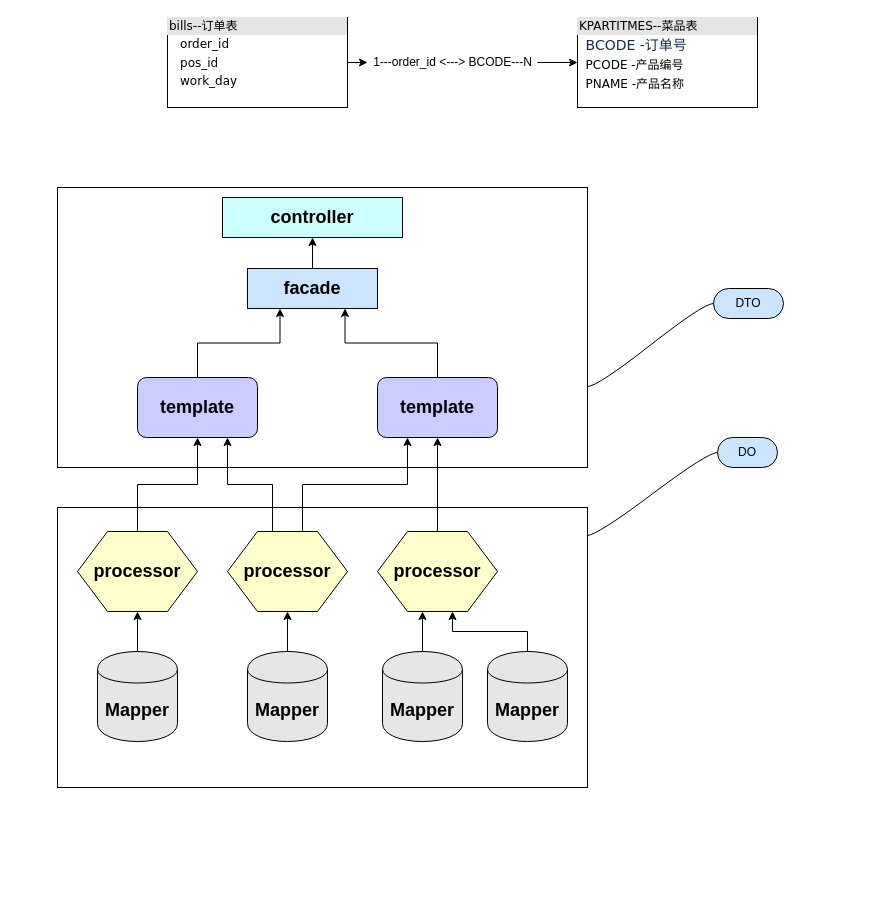
shancoder/test keeps this draw.io diagram as POS-整单退-领域模型.drawio. Above is the earlier version. Source tidied: cells renumbered, new cells numbered last; positions are measured from the earlier drawing's top-left corner, leaving out a move shared by most shapes. Both pictures are drawn from the tidied source at 100%, with x=0, y=0 at pixel (57, 17).
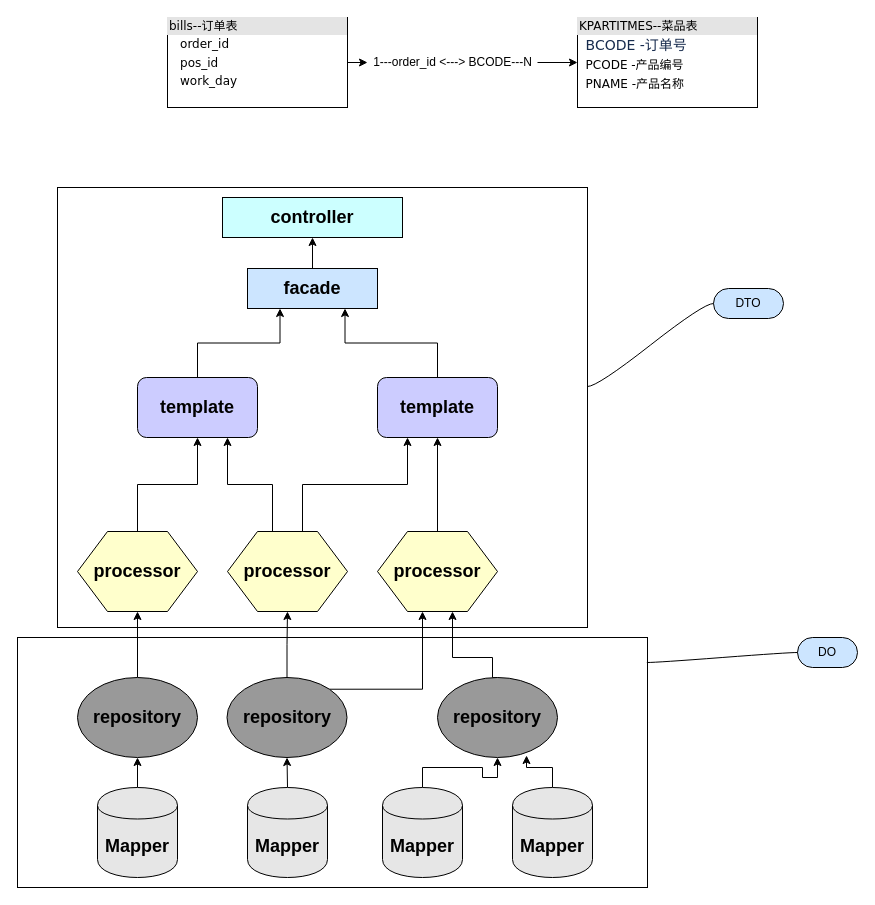
The same page after the edit.

Commit message:
Update POS-整单退-领域模型.drawio

Unchanged cells that the change refers to:
```xml
<mxCell id="17" value="&lt;font style=&quot;font-size: 18px&quot;&gt;&lt;b&gt;processor&lt;/b&gt;&lt;/font&gt;" style="shape=hexagon;perimeter=hexagonPerimeter2;whiteSpace=wrap;html=1;fillColor=#FFFFCC;" parent="1" vertex="1">
  <mxGeometry x="20" y="514" width="120" height="80" as="geometry" />
</mxCell>
<mxCell id="20" value="&lt;b style=&quot;font-size: 18px ; white-space: normal&quot;&gt;processor&lt;/b&gt;" style="shape=hexagon;perimeter=hexagonPerimeter2;whiteSpace=wrap;html=1;fillColor=#FFFFCC;" parent="1" vertex="1">
  <mxGeometry x="170" y="514" width="120" height="80" as="geometry" />
</mxCell>
<mxCell id="22" value="&lt;b style=&quot;font-size: 18px ; white-space: normal&quot;&gt;processor&lt;/b&gt;" style="shape=hexagon;perimeter=hexagonPerimeter2;whiteSpace=wrap;html=1;fillColor=#FFFFCC;" parent="1" vertex="1">
  <mxGeometry x="320" y="514" width="120" height="80" as="geometry" />
</mxCell>
```

What changed in the source:
```diff
@@
     <mxCell id="2" style="rounded=0;whiteSpace=wrap;html=1;fillColor=#FFFFFF;" parent="1" vertex="1">
-      <mxGeometry y="170" width="530" height="280" as="geometry" />
+      <mxGeometry y="170" width="530" height="440" as="geometry" />
     </mxCell>
     <mxCell id="3" style="rounded=0;whiteSpace=wrap;html=1;fillColor=#FFFFFF;" parent="1" vertex="1">
-      <mxGeometry y="490" width="530" height="280" as="geometry" />
+      <mxGeometry x="-40" y="620" width="630" height="250" as="geometry" />
     </mxCell>
@@
-    <mxCell id="23" style="edgeStyle=orthogonalEdgeStyle;rounded=0;jettySize=auto;html=1;exitX=0.5;exitY=0;exitDx=0;exitDy=0;entryX=0.5;entryY=1;entryDx=0;entryDy=0;" parent="1" edge="1" source="24" target="17">
-      <mxGeometry relative="1" as="geometry" />
-    </mxCell>
+    <mxCell id="35" style="edgeStyle=orthogonalEdgeStyle;rounded=0;jettySize=auto;html=1;exitX=0.5;exitY=0;exitDx=0;exitDy=0;entryX=0.5;entryY=1;entryDx=0;entryDy=0;" parent="1" edge="1" source="24" target="40">
+      <mxGeometry relative="1" as="geometry" />
+    </mxCell>
     <mxCell id="24" value="&lt;font style=&quot;font-size: 18px&quot;&gt;&lt;b&gt;Mapper&lt;/b&gt;&lt;/font&gt;" style="shape=cylinder;whiteSpace=wrap;html=1;boundedLbl=1;backgroundOutline=1;fillColor=#E6E6E6;" parent="1" vertex="1">
-      <mxGeometry x="40" y="634" width="80" height="90" as="geometry" />
+      <mxGeometry x="40" y="770" width="80" height="90" as="geometry" />
     </mxCell>
-    <mxCell id="25" style="edgeStyle=orthogonalEdgeStyle;rounded=0;jettySize=auto;html=1;entryX=0.5;entryY=1;entryDx=0;entryDy=0;" parent="1" edge="1" source="26" target="20">
-      <mxGeometry relative="1" as="geometry" />
-    </mxCell>
+    <mxCell id="36" style="edgeStyle=orthogonalEdgeStyle;rounded=0;jettySize=auto;html=1;exitX=0.5;exitY=0;exitDx=0;exitDy=0;entryX=0.5;entryY=1;entryDx=0;entryDy=0;" parent="1" edge="1" source="26" target="43">
+      <mxGeometry relative="1" as="geometry" />
+    </mxCell>
     <mxCell id="26" value="&lt;font style=&quot;font-size: 18px&quot;&gt;&lt;b&gt;Mapper&lt;/b&gt;&lt;/font&gt;" style="shape=cylinder;whiteSpace=wrap;html=1;boundedLbl=1;backgroundOutline=1;fillColor=#E6E6E6;" parent="1" vertex="1">
-      <mxGeometry x="190" y="634" width="80" height="90" as="geometry" />
+      <mxGeometry x="190" y="770" width="80" height="90" as="geometry" />
     </mxCell>
-    <mxCell id="27" style="edgeStyle=orthogonalEdgeStyle;rounded=0;jettySize=auto;html=1;exitX=0.5;exitY=0;exitDx=0;exitDy=0;entryX=0.375;entryY=1;entryDx=0;entryDy=0;" parent="1" edge="1" source="28" target="22">
-      <mxGeometry relative="1" as="geometry" />
-    </mxCell>
+    <mxCell id="37" style="edgeStyle=orthogonalEdgeStyle;rounded=0;jettySize=auto;html=1;exitX=0.5;exitY=0;exitDx=0;exitDy=0;entryX=0.5;entryY=1;entryDx=0;entryDy=0;" parent="1" edge="1" source="28" target="45">
+      <mxGeometry relative="1" as="geometry" />
+    </mxCell>
     <mxCell id="28" value="&lt;font style=&quot;font-size: 18px&quot;&gt;&lt;b&gt;Mapper&lt;/b&gt;&lt;/font&gt;" style="shape=cylinder;whiteSpace=wrap;html=1;boundedLbl=1;backgroundOutline=1;fillColor=#E6E6E6;" parent="1" vertex="1">
-      <mxGeometry x="325" y="634" width="80" height="90" as="geometry" />
+      <mxGeometry x="325" y="770" width="80" height="90" as="geometry" />
     </mxCell>
-    <mxCell id="29" style="edgeStyle=orthogonalEdgeStyle;rounded=0;jettySize=auto;html=1;exitX=0.5;exitY=0;exitDx=0;exitDy=0;entryX=0.625;entryY=1;entryDx=0;entryDy=0;" parent="1" edge="1" source="30" target="22">
-      <mxGeometry relative="1" as="geometry" />
-    </mxCell>
+    <mxCell id="38" style="edgeStyle=orthogonalEdgeStyle;rounded=0;jettySize=auto;html=1;exitX=0.5;exitY=0;exitDx=0;exitDy=0;entryX=0.742;entryY=0.975;entryDx=0;entryDy=0;entryPerimeter=0;" parent="1" edge="1" source="30" target="45">
+      <mxGeometry relative="1" as="geometry" />
+    </mxCell>
     <mxCell id="30" value="&lt;font style=&quot;font-size: 18px&quot;&gt;&lt;b&gt;Mapper&lt;/b&gt;&lt;/font&gt;" style="shape=cylinder;whiteSpace=wrap;html=1;boundedLbl=1;backgroundOutline=1;fillColor=#E6E6E6;" parent="1" vertex="1">
-      <mxGeometry x="430" y="634" width="80" height="90" as="geometry" />
+      <mxGeometry x="455" y="770" width="80" height="90" as="geometry" />
     </mxCell>
     <mxCell id="31" value="DO" style="whiteSpace=wrap;html=1;rounded=1;arcSize=50;align=center;verticalAlign=middle;strokeWidth=1;spacing=4;fillColor=#CCE5FF;" parent="1" vertex="1">
-      <mxGeometry x="660" y="420" width="60" height="30" as="geometry" />
+      <mxGeometry x="740" y="620" width="60" height="30" as="geometry" />
     </mxCell>
@@
+    <mxCell id="39" style="edgeStyle=orthogonalEdgeStyle;rounded=0;jettySize=auto;html=1;exitX=0.5;exitY=0;exitDx=0;exitDy=0;entryX=0.5;entryY=1;entryDx=0;entryDy=0;" parent="1" edge="1" source="40" target="17">
+      <mxGeometry relative="1" as="geometry" />
+    </mxCell>
+    <mxCell id="40" value="&lt;font style=&quot;font-size: 18px&quot;&gt;&lt;b&gt;repository&lt;/b&gt;&lt;/font&gt;" style="ellipse;whiteSpace=wrap;html=1;fillColor=#999999;" parent="1" vertex="1">
+      <mxGeometry x="20" y="660" width="120" height="80" as="geometry" />
+    </mxCell>
+    <mxCell id="41" style="edgeStyle=orthogonalEdgeStyle;rounded=0;jettySize=auto;html=1;exitX=0.5;exitY=0;exitDx=0;exitDy=0;entryX=0.5;entryY=1;entryDx=0;entryDy=0;" parent="1" edge="1" source="43" target="20">
+      <mxGeometry relative="1" as="geometry" />
+    </mxCell>
+    <mxCell id="42" style="edgeStyle=orthogonalEdgeStyle;rounded=0;jettySize=auto;html=1;exitX=1;exitY=0;exitDx=0;exitDy=0;entryX=0.375;entryY=1;entryDx=0;entryDy=0;" parent="1" edge="1" source="43" target="22">
+      <mxGeometry relative="1" as="geometry" />
+    </mxCell>
+    <mxCell id="43" value="&lt;font style=&quot;font-size: 18px&quot;&gt;&lt;b&gt;repository&lt;/b&gt;&lt;/font&gt;" style="ellipse;whiteSpace=wrap;html=1;fillColor=#999999;" parent="1" vertex="1">
+      <mxGeometry x="169.5" y="660" width="120" height="80" as="geometry" />
+    </mxCell>
+    <mxCell id="44" style="edgeStyle=orthogonalEdgeStyle;rounded=0;jettySize=auto;html=1;exitX=0.5;exitY=0;exitDx=0;exitDy=0;entryX=0.625;entryY=1;entryDx=0;entryDy=0;" parent="1" edge="1" source="45" target="22">
+      <mxGeometry relative="1" as="geometry">
+        <Array as="points">
+          <mxPoint x="435" y="640" />
+          <mxPoint x="395" y="640" />
+        </Array>
+      </mxGeometry>
+    </mxCell>
+    <mxCell id="45" value="&lt;font style=&quot;font-size: 18px&quot;&gt;&lt;b&gt;repository&lt;/b&gt;&lt;/font&gt;" style="ellipse;whiteSpace=wrap;html=1;fillColor=#999999;" parent="1" vertex="1">
+      <mxGeometry x="380" y="660" width="120" height="80" as="geometry" />
+    </mxCell>
```
